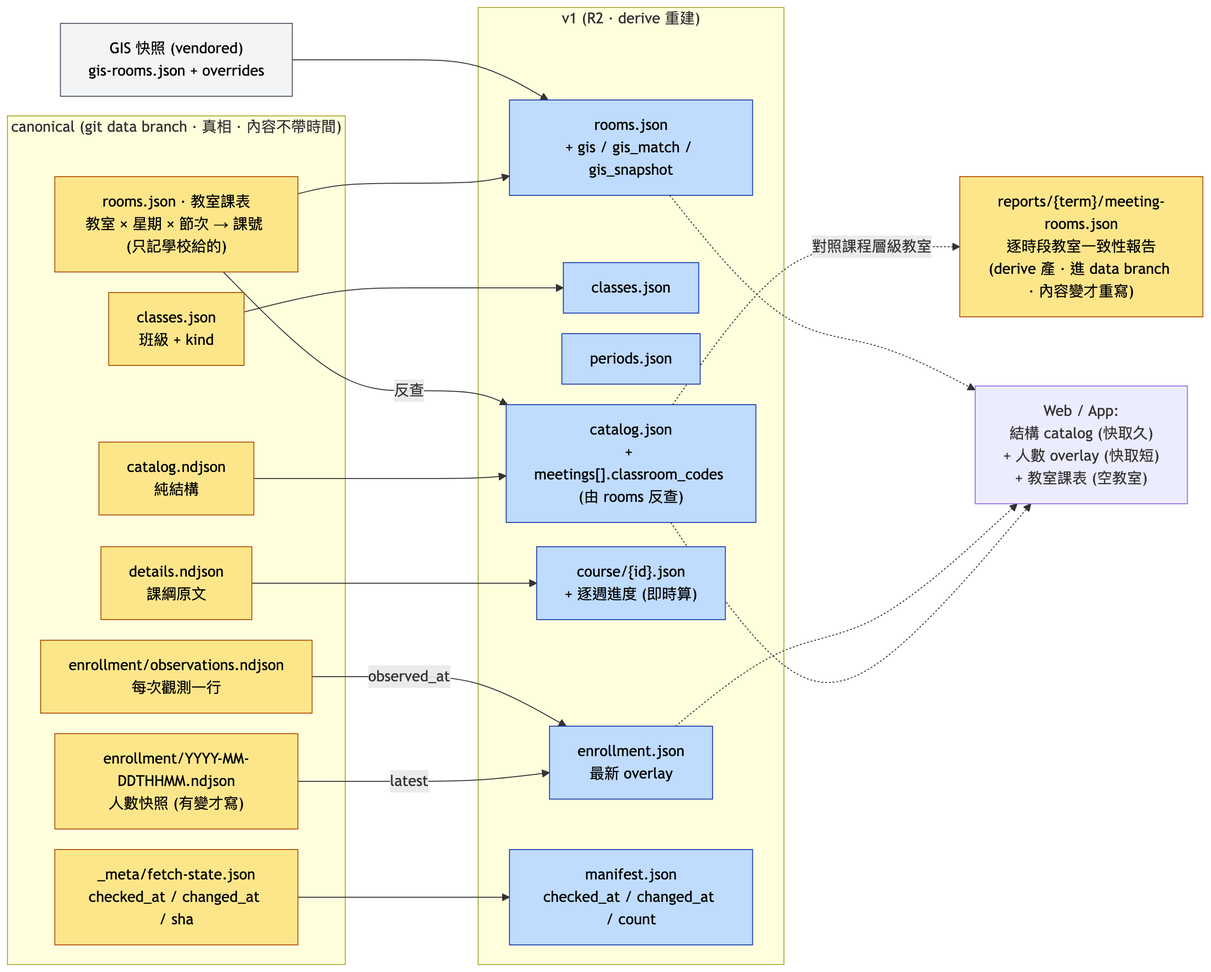
Above: docs/diagrams/03-datamodel.png in poterpan/ntutbox-course (Mermaid), before the change. Its source is kept beside it as docs/diagrams/03-datamodel.mmd.
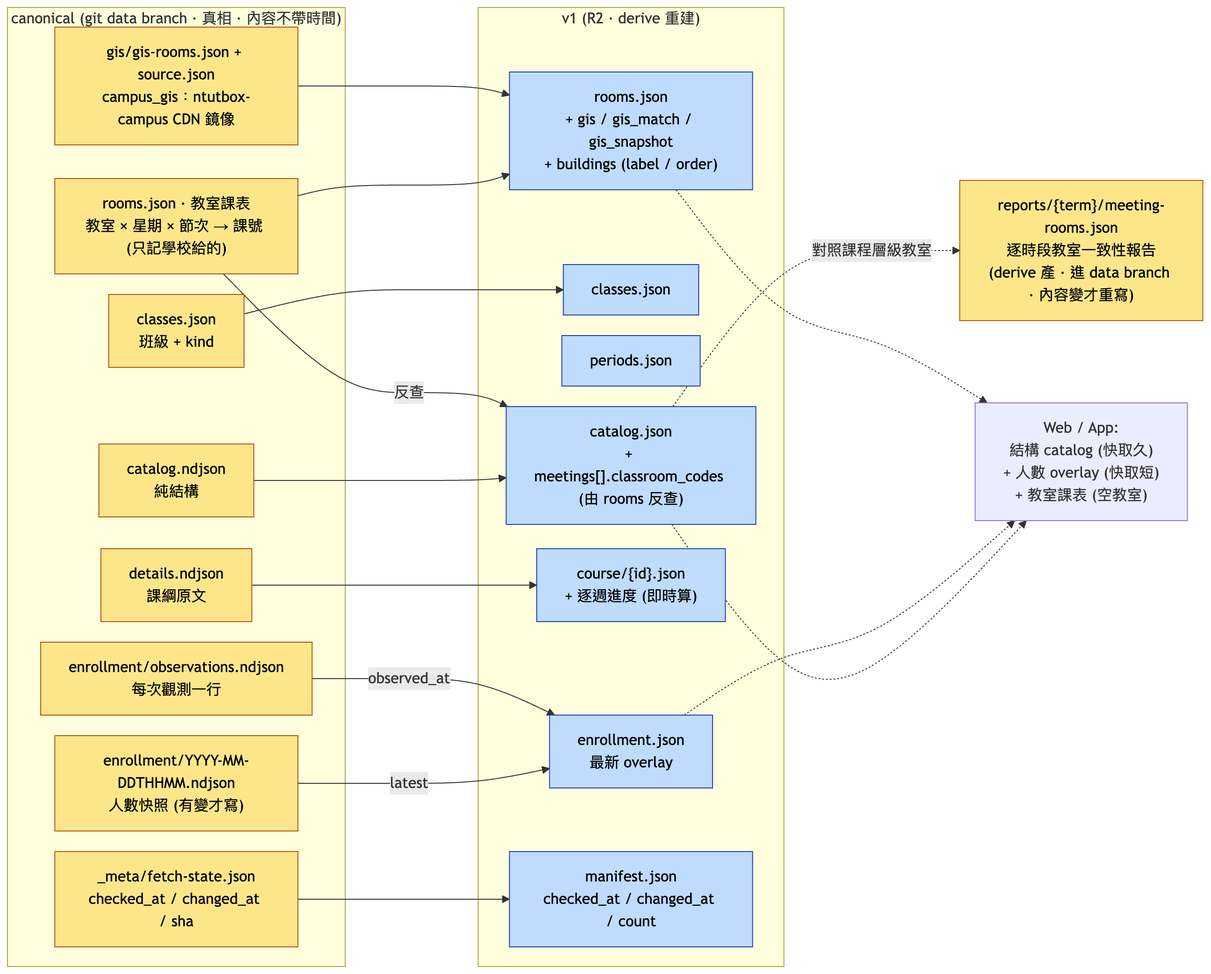
The same diagram one commit later.

What changed in the source:
```diff
@@ -14,9 +14,8 @@
         det["details.ndjson<br/>課綱原文"]
         rooms["rooms.json · 教室課表<br/>教室 × 星期 × 節次 → 課號 (只記學校給的)"]
         fs["_meta/fetch-state.json<br/>checked_at / changed_at / sha"]
+        gis["gis/gis-rooms.json + source.json<br/>campus_gis：ntutbox-campus CDN 鏡像"]
     end
-
-    gis["GIS 快照 (vendored)<br/>gis-rooms.json + overrides"]
 
     subgraph V["v1 (R2 · derive 重建)"]
         vcat["catalog.json<br/>+ meetings[].classroom_codes (由 rooms 反查)"]
@@ -24,7 +23,7 @@
         vper["periods.json"]
         venr["enrollment.json<br/>最新 overlay"]
         vcourse["course/{id}.json<br/>+ 逐週進度 (即時算)"]
-        vrooms["rooms.json<br/>+ gis / gis_match / gis_snapshot"]
+        vrooms["rooms.json<br/>+ gis / gis_match / gis_snapshot<br/>+ buildings (label / order)"]
         man["manifest.json<br/>checked_at / changed_at / count"]
     end
 
@@ -49,6 +48,5 @@
     classDef canon fill:#fde68a,stroke:#b45309,color:#000
     classDef v1c fill:#bfdbfe,stroke:#1e40af,color:#000
     classDef muted fill:#f3f4f6,stroke:#4b5563,color:#000
-    class cat,cls,snap,obs,det,fs,rooms,rep canon
+    class cat,cls,snap,obs,det,fs,rooms,gis,rep canon
     class vcat,vcls,vper,venr,vcourse,man,vrooms v1c
-    class gis muted
```
